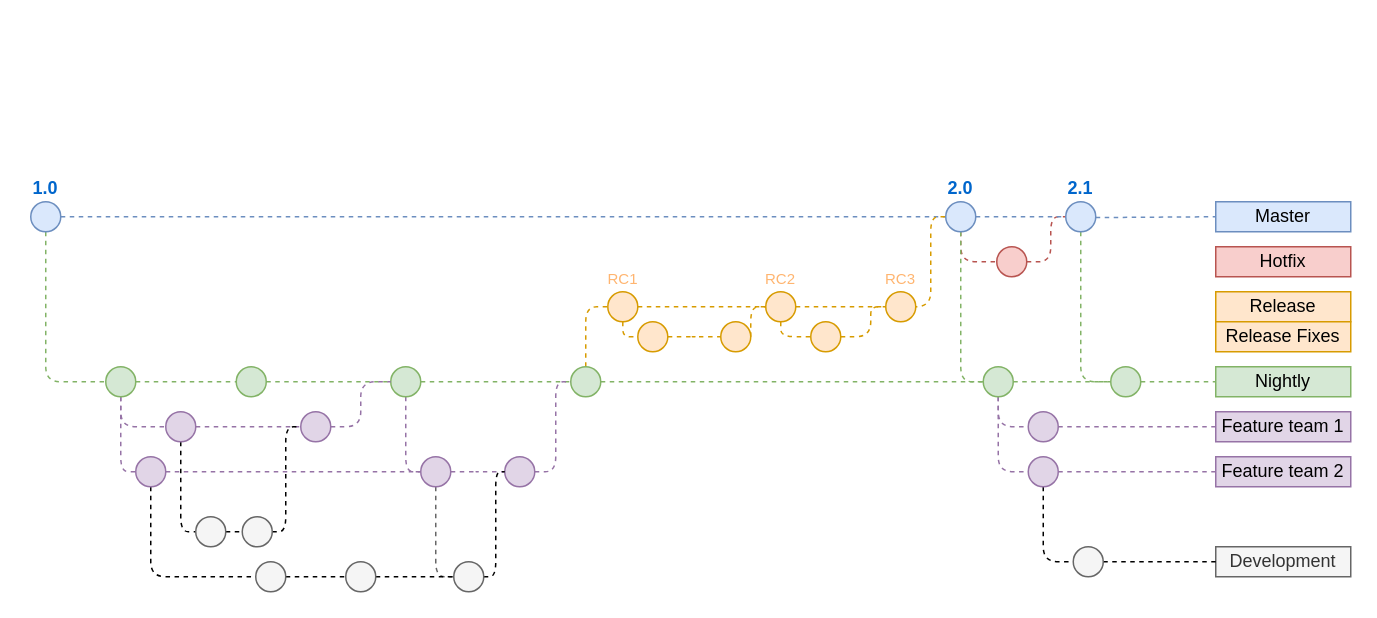
Before: aiko-gitflow.drawio in maiconjlima/aiko-gitflow, a draw.io diagram. Source tidied: cells renumbered, new cells numbered last; positions are measured from the earlier drawing's top-left corner, leaving out a move shared by most shapes. Both pictures are drawn from the tidied source at 150%, with x=0, y=0 at pixel (30, 201).
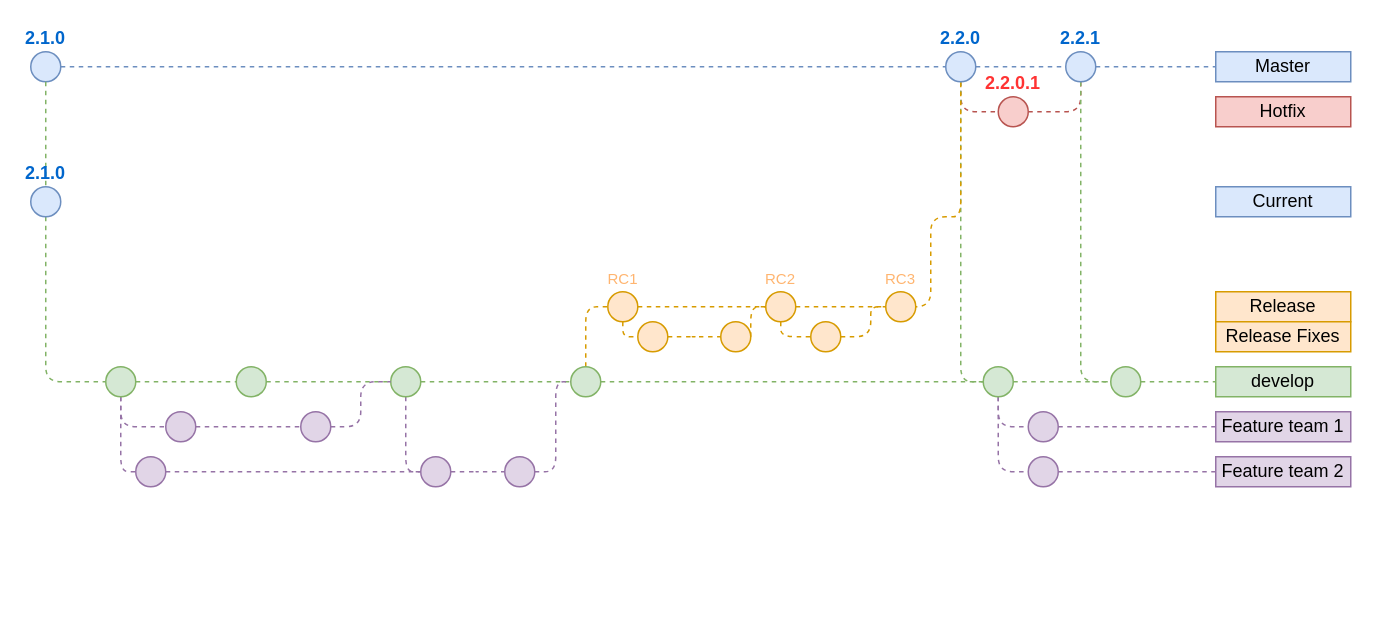
The same diagram, later.

The change refers to these unchanged cells:
```xml
<mxCell id="16" style="ellipse;whiteSpace=wrap;html=1;fillColor=#d5e8d4;strokeColor=#82b366;" parent="1" vertex="1">
  <mxGeometry x="50" y="110" width="20" height="20" as="geometry" />
</mxCell>
<mxCell id="38" style="ellipse;whiteSpace=wrap;html=1;fontSize=10;fillColor=#e1d5e7;strokeColor=#9673a6;" parent="1" vertex="1">
  <mxGeometry x="180" y="140" width="20" height="20" as="geometry" />
</mxCell>
<mxCell id="40" style="ellipse;whiteSpace=wrap;html=1;fontSize=10;fillColor=#e1d5e7;strokeColor=#9673a6;" parent="1" vertex="1">
  <mxGeometry x="70" y="170" width="20" height="20" as="geometry" />
</mxCell>
<mxCell id="43" style="ellipse;whiteSpace=wrap;html=1;fontSize=10;fillColor=#e1d5e7;strokeColor=#9673a6;" parent="1" vertex="1">
  <mxGeometry x="260" y="170" width="20" height="20" as="geometry" />
</mxCell>
<mxCell id="47" style="ellipse;whiteSpace=wrap;html=1;fontSize=10;fillColor=#e1d5e7;strokeColor=#9673a6;" parent="1" vertex="1">
  <mxGeometry x="316" y="170" width="20" height="20" as="geometry" />
</mxCell>
<mxCell id="79" style="ellipse;whiteSpace=wrap;html=1;fontSize=12;fillColor=#e1d5e7;strokeColor=#9673a6;" parent="1" vertex="1">
  <mxGeometry x="665" y="170" width="20" height="20" as="geometry" />
</mxCell>
<mxCell id="80" style="ellipse;whiteSpace=wrap;html=1;fontSize=10;fillColor=#e1d5e7;strokeColor=#9673a6;" parent="1" vertex="1">
  <mxGeometry x="90" y="140" width="20" height="20" as="geometry" />
</mxCell>
```

Diff of the diagram source:
```diff
@@
-    <mxCell id="3" style="edgeStyle=orthogonalEdgeStyle;rounded=1;jettySize=auto;html=1;dashed=1;endArrow=none;endFill=0;fillColor=#d5e8d4;strokeColor=#82b366;" parent="1" edge="1" source="4" target="16">
+    <mxCell id="3" style="edgeStyle=orthogonalEdgeStyle;rounded=1;jettySize=auto;html=1;dashed=1;endArrow=none;endFill=0;fillColor=#d5e8d4;strokeColor=#82b366;" parent="1" edge="1" source="85" target="16">
       <mxGeometry relative="1" as="geometry">
         <Array as="points">
           <mxPoint x="10" y="120" />
         </Array>
       </mxGeometry>
     </mxCell>
-    <mxCell id="4" value="1.0" style="ellipse;whiteSpace=wrap;html=1;fillColor=#dae8fc;strokeColor=#6c8ebf;fontStyle=1;labelPosition=center;verticalLabelPosition=top;align=center;verticalAlign=bottom;fontColor=#0066CC;" parent="1" vertex="1">
-      <mxGeometry width="20" height="20" as="geometry" />
+    <mxCell id="4" value="2.1.0" style="ellipse;whiteSpace=wrap;html=1;fillColor=#dae8fc;strokeColor=#6c8ebf;fontStyle=1;labelPosition=center;verticalLabelPosition=top;align=center;verticalAlign=bottom;fontColor=#0066CC;" parent="1" vertex="1">
+      <mxGeometry y="-100" width="20" height="20" as="geometry" />
     </mxCell>
     <mxCell id="5" value="Master" style="text;html=1;strokeColor=#6c8ebf;fillColor=#dae8fc;align=center;verticalAlign=middle;whiteSpace=wrap;rounded=0;" parent="1" vertex="1">
-      <mxGeometry x="790" width="90" height="20" as="geometry" />
+      <mxGeometry x="790" y="-100" width="90" height="20" as="geometry" />
     </mxCell>
-    <mxCell id="6" style="endArrow=none;dashed=1;html=1;fillColor=#f8cecc;strokeColor=#b85450;entryX=0;entryY=0.5;entryDx=0;entryDy=0;endFill=0;" parent="1" edge="1" source="8" target="9">
+    <mxCell id="6" style="endArrow=none;dashed=1;html=1;fillColor=#f8cecc;strokeColor=#b85450;entryX=0.5;entryY=1;entryDx=0;entryDy=0;endFill=0;" parent="1" edge="1" source="8" target="9">
       <mxGeometry relative="1" as="geometry">
         <Array as="points">
-          <mxPoint x="680" y="40" />
-          <mxPoint x="680" y="10" />
+          <mxPoint x="700" y="-60" />
         </Array>
       </mxGeometry>
     </mxCell>
@@
-    <mxCell id="8" style="ellipse;whiteSpace=wrap;html=1;fillColor=#f8cecc;strokeColor=#b85450;" parent="1" vertex="1">
-      <mxGeometry x="644" y="30" width="20" height="20" as="geometry" />
+    <mxCell id="8" value="2.2.0.1" style="ellipse;whiteSpace=wrap;html=1;fillColor=#f8cecc;strokeColor=#b85450;fontStyle=1;verticalAlign=bottom;labelPosition=center;verticalLabelPosition=top;align=center;fontColor=#FF3333;" parent="1" vertex="1">
+      <mxGeometry x="645" y="-70" width="20" height="20" as="geometry" />
     </mxCell>
-    <mxCell id="9" value="2.1" style="ellipse;whiteSpace=wrap;html=1;fillColor=#dae8fc;strokeColor=#6c8ebf;fontStyle=1;labelPosition=center;verticalLabelPosition=top;align=center;verticalAlign=bottom;fontColor=#0066CC;" parent="1" vertex="1">
-      <mxGeometry x="690" width="20" height="20" as="geometry" />
+    <mxCell id="9" value="2.2.1" style="ellipse;whiteSpace=wrap;html=1;fillColor=#dae8fc;strokeColor=#6c8ebf;fontStyle=1;labelPosition=center;verticalLabelPosition=top;align=center;verticalAlign=bottom;fontColor=#0066CC;" parent="1" vertex="1">
+      <mxGeometry x="690" y="-100" width="20" height="20" as="geometry" />
     </mxCell>
@@
     <mxCell id="11" style="edgeStyle=orthogonalEdgeStyle;rounded=1;jettySize=auto;html=1;fillColor=#f8cecc;strokeColor=#b85450;dashed=1;endArrow=none;endFill=0;" parent="1" edge="1" source="27" target="8">
       <mxGeometry relative="1" as="geometry">
         <Array as="points">
-          <mxPoint x="620" y="40" />
+          <mxPoint x="620" y="-60" />
         </Array>
       </mxGeometry>
     </mxCell>
     <mxCell id="12" value="Hotfix" style="text;html=1;strokeColor=#b85450;fillColor=#f8cecc;align=center;verticalAlign=middle;whiteSpace=wrap;rounded=0;" parent="1" vertex="1">
-      <mxGeometry x="790" y="30" width="90" height="20" as="geometry" />
+      <mxGeometry x="790" y="-70" width="90" height="20" as="geometry" />
     </mxCell>
@@
-    <mxCell id="17" value="Nightly" style="text;html=1;strokeColor=#82b366;fillColor=#d5e8d4;align=center;verticalAlign=middle;whiteSpace=wrap;rounded=0;" parent="1" vertex="1">
+    <mxCell id="17" value="develop" style="text;html=1;strokeColor=#82b366;fillColor=#d5e8d4;align=center;verticalAlign=middle;whiteSpace=wrap;rounded=0;" parent="1" vertex="1">
       <mxGeometry x="790" y="110" width="90" height="20" as="geometry" />
     </mxCell>
@@
-    <mxCell id="27" value="2.0" style="ellipse;whiteSpace=wrap;html=1;fillColor=#dae8fc;strokeColor=#6c8ebf;fontStyle=1;labelPosition=center;verticalLabelPosition=top;align=center;verticalAlign=bottom;fontColor=#0066CC;" parent="1" vertex="1">
-      <mxGeometry x="610" width="20" height="20" as="geometry" />
+    <mxCell id="27" value="2.2.0" style="ellipse;whiteSpace=wrap;html=1;fillColor=#dae8fc;strokeColor=#6c8ebf;fontStyle=1;labelPosition=center;verticalLabelPosition=top;align=center;verticalAlign=bottom;fontColor=#0066CC;" parent="1" vertex="1">
+      <mxGeometry x="610" y="-100" width="20" height="20" as="geometry" />
     </mxCell>
@@
-    <mxCell id="36" style="edgeStyle=orthogonalEdgeStyle;rounded=1;jettySize=auto;html=1;dashed=1;endArrow=none;endFill=0;fontSize=12;fontColor=#FFB570;jumpStyle=arc;jumpSize=6;" parent="1" edge="1" source="80" target="45">
-      <mxGeometry relative="1" as="geometry">
-        <Array as="points">
-          <mxPoint x="100" y="220" />
-        </Array>
-      </mxGeometry>
-    </mxCell>
@@
-    <mxCell id="39" style="edgeStyle=orthogonalEdgeStyle;rounded=1;jettySize=auto;html=1;dashed=1;endArrow=none;endFill=0;fontSize=12;fontColor=#FFB570;" parent="1" edge="1" source="40" target="54">
-      <mxGeometry relative="1" as="geometry">
-        <Array as="points">
-          <mxPoint x="80" y="250" />
-        </Array>
-      </mxGeometry>
-    </mxCell>
@@
-    <mxCell id="42" style="edgeStyle=orthogonalEdgeStyle;rounded=1;jettySize=auto;html=1;dashed=1;endArrow=none;endFill=0;fontSize=12;fontColor=#FFB570;fillColor=#f5f5f5;strokeColor=#666666;" parent="1" edge="1" source="43" target="58">
-      <mxGeometry relative="1" as="geometry">
-        <Array as="points">
-          <mxPoint x="270" y="250" />
-        </Array>
-      </mxGeometry>
-    </mxCell>
@@
-    <mxCell id="44" style="edgeStyle=orthogonalEdgeStyle;rounded=1;jettySize=auto;html=1;exitX=1;exitY=0.5;exitDx=0;exitDy=0;entryX=0;entryY=0.5;entryDx=0;entryDy=0;dashed=1;endArrow=none;endFill=0;fontSize=12;fontColor=#FFB570;" parent="1" edge="1" source="45" target="52">
-      <mxGeometry relative="1" as="geometry" />
-    </mxCell>
-    <mxCell id="45" style="ellipse;whiteSpace=wrap;html=1;fontSize=10;fontColor=#333333;fillColor=#f5f5f5;strokeColor=#666666;" parent="1" vertex="1">
-      <mxGeometry x="110" y="210" width="20" height="20" as="geometry" />
-    </mxCell>
@@
-    <mxCell id="51" style="edgeStyle=orthogonalEdgeStyle;rounded=1;jettySize=auto;html=1;dashed=1;endArrow=none;endFill=0;fontSize=12;fontColor=#FFB570;jumpStyle=arc;entryX=0;entryY=0.5;entryDx=0;entryDy=0;" parent="1" edge="1" source="52" target="38">
-      <mxGeometry relative="1" as="geometry">
-        <Array as="points">
-          <mxPoint x="170" y="220" />
-          <mxPoint x="170" y="150" />
-        </Array>
-      </mxGeometry>
-    </mxCell>
-    <mxCell id="52" style="ellipse;whiteSpace=wrap;html=1;fontSize=10;fontColor=#333333;fillColor=#f5f5f5;strokeColor=#666666;" parent="1" vertex="1">
-      <mxGeometry x="141" y="210" width="20" height="20" as="geometry" />
-    </mxCell>
-    <mxCell id="53" style="edgeStyle=orthogonalEdgeStyle;rounded=1;jettySize=auto;html=1;dashed=1;endArrow=none;endFill=0;fontSize=12;fontColor=#FFB570;" parent="1" edge="1" source="54" target="56">
-      <mxGeometry relative="1" as="geometry" />
-    </mxCell>
-    <mxCell id="54" style="ellipse;whiteSpace=wrap;html=1;fontSize=10;fontColor=#333333;fillColor=#f5f5f5;strokeColor=#666666;" parent="1" vertex="1">
-      <mxGeometry x="150" y="240" width="20" height="20" as="geometry" />
-    </mxCell>
-    <mxCell id="55" style="edgeStyle=orthogonalEdgeStyle;rounded=1;jettySize=auto;html=1;dashed=1;endArrow=none;endFill=0;fontSize=12;fontColor=#FFB570;" parent="1" edge="1" source="56" target="58">
-      <mxGeometry relative="1" as="geometry" />
-    </mxCell>
-    <mxCell id="56" style="ellipse;whiteSpace=wrap;html=1;fontSize=10;fontColor=#333333;fillColor=#f5f5f5;strokeColor=#666666;" parent="1" vertex="1">
-      <mxGeometry x="210" y="240" width="20" height="20" as="geometry" />
-    </mxCell>
-    <mxCell id="57" style="edgeStyle=orthogonalEdgeStyle;rounded=1;jettySize=auto;html=1;dashed=1;endArrow=none;endFill=0;fontSize=12;fontColor=#FFB570;entryX=0;entryY=0.5;entryDx=0;entryDy=0;" parent="1" edge="1" source="58" target="47">
-      <mxGeometry relative="1" as="geometry">
-        <Array as="points">
-          <mxPoint x="310" y="250" />
-          <mxPoint x="310" y="180" />
-        </Array>
-      </mxGeometry>
-    </mxCell>
-    <mxCell id="58" style="ellipse;whiteSpace=wrap;html=1;fontSize=10;fontColor=#333333;fillColor=#f5f5f5;strokeColor=#666666;" parent="1" vertex="1">
-      <mxGeometry x="282" y="240" width="20" height="20" as="geometry" />
-    </mxCell>
@@
-    <mxCell id="61" value="Development" style="text;html=1;strokeColor=#666666;fillColor=#f5f5f5;align=center;verticalAlign=middle;whiteSpace=wrap;rounded=0;fontColor=#333333;" parent="1" vertex="1">
-      <mxGeometry x="790" y="230" width="90" height="20" as="geometry" />
-    </mxCell>
@@
-    <mxCell id="78" style="edgeStyle=orthogonalEdgeStyle;rounded=1;jettySize=auto;html=1;endArrow=none;endFill=0;dashed=1;" parent="1" edge="1" source="79" target="82">
-      <mxGeometry relative="1" as="geometry">
-        <Array as="points">
-          <mxPoint x="675" y="240" />
-        </Array>
-      </mxGeometry>
-    </mxCell>
@@
-    <mxCell id="81" style="edgeStyle=orthogonalEdgeStyle;rounded=1;jettySize=auto;html=1;dashed=1;endArrow=none;endFill=0;" parent="1" edge="1" source="82" target="61">
-      <mxGeometry relative="1" as="geometry" />
-    </mxCell>
-    <mxCell id="82" style="ellipse;whiteSpace=wrap;html=1;fontSize=10;fontColor=#333333;fillColor=#f5f5f5;strokeColor=#666666;" parent="1" vertex="1">
-      <mxGeometry x="695" y="230" width="20" height="20" as="geometry" />
-    </mxCell>
+    <mxCell id="83" value="Current" style="text;html=1;strokeColor=#6c8ebf;fillColor=#dae8fc;align=center;verticalAlign=middle;whiteSpace=wrap;rounded=0;" parent="1" vertex="1">
+      <mxGeometry x="790" y="-10" width="90" height="20" as="geometry" />
+    </mxCell>
+    <mxCell id="84" style="edgeStyle=orthogonalEdgeStyle;rounded=1;jettySize=auto;html=1;dashed=1;endArrow=none;endFill=0;fillColor=#d5e8d4;strokeColor=#82b366;" parent="1" edge="1" source="4" target="85">
+      <mxGeometry relative="1" as="geometry" />
+    </mxCell>
+    <mxCell id="85" value="2.1.0" style="ellipse;whiteSpace=wrap;html=1;fillColor=#dae8fc;strokeColor=#6c8ebf;fontStyle=1;labelPosition=center;verticalLabelPosition=top;align=center;verticalAlign=bottom;fontColor=#0066CC;" parent="1" vertex="1">
+      <mxGeometry y="-10" width="20" height="20" as="geometry" />
+    </mxCell>
```
